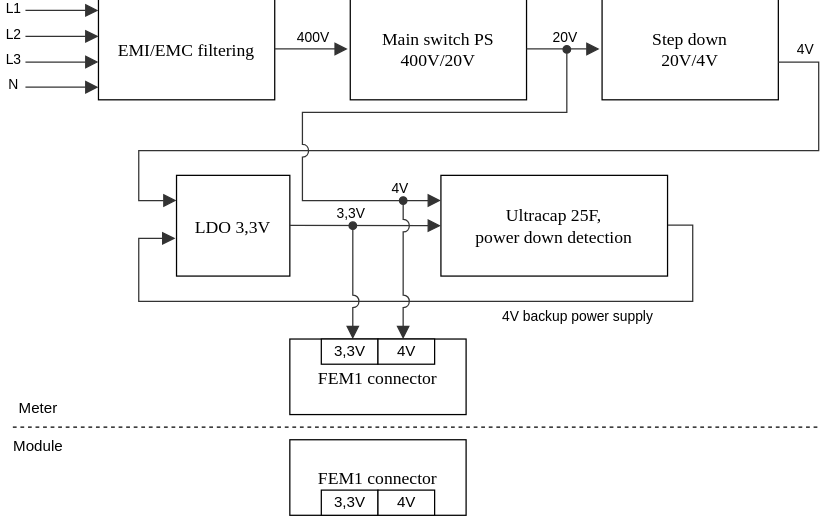
The draw.io diagram Slike/blok_shema napajanje.svg in harka069/mag, before a commit. Source tidied: cells renumbered, new cells last; positions are measured from the earlier drawing's top-left corner, leaving out a move shared by most shapes.
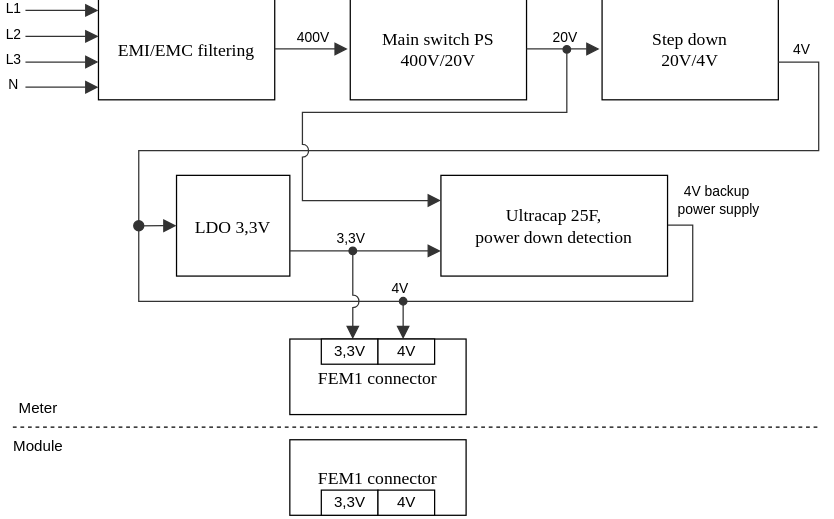
The same diagram one commit later.

The edit, as a diff of the source:
```diff
@@ -80,14 +80,14 @@
     <mxCell id="17" value="LDO 3,3V" style="strokeWidth=1;fontFamily=Latin Modern;fontSize=14;convertToSvg=1;html=1;" parent="1" vertex="1">
       <mxGeometry x="140" y="140" width="90" height="80" as="geometry" />
     </mxCell>
-    <mxCell id="18" style="startArrow=none;endArrow=block;endSize=8;endFill=1;strokeColor=light-dark(#333333,#cccccc);rounded=0;bezier=0;orthogonal=1;exitX=0.596;exitY=0.004;exitDx=0;exitDy=0;exitPerimeter=0;fontFamily=Latin Modern;convertToSvg=1;fontSize=14;html=1;entryX=0;entryY=0.25;entryDx=0;entryDy=0;edgeStyle=orthogonalEdgeStyle;jumpStyle=sharp;" parent="1" edge="1" target="17">
+    <mxCell id="18" style="startArrow=none;endArrow=block;endSize=8;endFill=1;strokeColor=light-dark(#333333,#cccccc);rounded=0;bezier=0;orthogonal=1;exitX=0.596;exitY=0.004;exitDx=0;exitDy=0;exitPerimeter=0;fontFamily=Latin Modern;convertToSvg=1;fontSize=14;html=1;entryX=0;entryY=0.5;entryDx=0;entryDy=0;edgeStyle=orthogonalEdgeStyle;jumpStyle=sharp;" parent="1" edge="1" target="17">
       <mxGeometry relative="1" as="geometry">
         <mxPoint x="618" y="50" as="sourcePoint" />
         <Array as="points">
-          <mxPoint x="650" y="50" />
-          <mxPoint x="650" y="120.4" />
+          <mxPoint x="650.1" y="50" />
+          <mxPoint x="650.1" y="120.4" />
           <mxPoint x="110" y="120.4" />
-          <mxPoint x="110" y="160" />
+          <mxPoint x="110" y="180" />
         </Array>
       </mxGeometry>
     </mxCell>
@@ -109,9 +109,12 @@
         </Array>
       </mxGeometry>
     </mxCell>
-    <mxCell id="22" style="startArrow=none;endArrow=block;endSize=8;endFill=1;strokeColor=light-dark(#333333,#cccccc);rounded=0;bezier=0;orthogonal=1;exitX=0.596;exitY=0.004;exitDx=0;exitDy=0;exitPerimeter=0;fontFamily=Latin Modern;convertToSvg=1;fontSize=14;html=1;entryX=0;entryY=0.5;entryDx=0;entryDy=0;edgeStyle=orthogonalEdgeStyle;jumpStyle=arc;jumpSize=10;" parent="1" edge="1" target="20">
+    <mxCell id="22" style="startArrow=none;endArrow=block;endSize=8;endFill=1;strokeColor=light-dark(#333333,#cccccc);rounded=0;bezier=0;orthogonal=1;exitX=1;exitY=0.75;exitDx=0;exitDy=0;fontFamily=Latin Modern;convertToSvg=1;fontSize=14;html=1;entryX=0;entryY=0.75;entryDx=0;entryDy=0;edgeStyle=orthogonalEdgeStyle;jumpStyle=arc;jumpSize=10;" parent="1" edge="1" source="17" target="20">
       <mxGeometry relative="1" as="geometry">
-        <mxPoint x="230" y="179.8" as="sourcePoint" />
+        <Array as="points">
+          <mxPoint x="290" y="200" />
+          <mxPoint x="290" y="200" />
+        </Array>
       </mxGeometry>
     </mxCell>
     <mxCell id="23" value="3,3V" style="edgeLabel;html=1;align=center;verticalAlign=middle;" parent="22" vertex="1">
@@ -119,39 +122,38 @@
         <mxPoint x="-23" y="-9" as="offset" />
       </mxGeometry>
     </mxCell>
-    <mxCell id="24" style="startArrow=none;endArrow=block;endSize=8;endFill=1;strokeColor=light-dark(#333333,#cccccc);rounded=0;bezier=0;orthogonal=1;exitX=1.002;exitY=0.494;exitDx=0;exitDy=0;exitPerimeter=0;fontFamily=Latin Modern;convertToSvg=1;fontSize=14;html=1;edgeStyle=orthogonalEdgeStyle;entryX=-0.01;entryY=0.614;entryDx=0;entryDy=0;entryPerimeter=0;jumpStyle=arc;" parent="1" edge="1" source="20" target="17">
+    <mxCell id="24" style="startArrow=none;endArrow=oval;endSize=8;endFill=1;strokeColor=light-dark(#333333,#cccccc);rounded=0;bezier=0;orthogonal=1;exitX=1.002;exitY=0.494;exitDx=0;exitDy=0;exitPerimeter=0;fontFamily=Latin Modern;convertToSvg=1;fontSize=14;html=1;edgeStyle=orthogonalEdgeStyle;jumpStyle=arc;startFill=0;" parent="1" edge="1" source="20">
       <mxGeometry relative="1" as="geometry">
+        <mxPoint x="110" y="180" as="targetPoint" />
         <Array as="points">
           <mxPoint x="550" y="179.5" />
           <mxPoint x="550" y="240" />
           <mxPoint x="110" y="240" />
-          <mxPoint x="110" y="190" />
-          <mxPoint x="139.1" y="190" />
         </Array>
       </mxGeometry>
     </mxCell>
-    <mxCell id="25" value="4V backup power supply" style="edgeLabel;html=1;align=center;verticalAlign=middle;" parent="24" vertex="1">
+    <mxCell id="25" value="&lt;div&gt;4V backup&amp;nbsp;&lt;/div&gt;&lt;div&gt;power supply&lt;/div&gt;" style="edgeLabel;html=1;align=center;verticalAlign=middle;" parent="24" vertex="1">
       <mxGeometry x="0.18" y="1" relative="1" as="geometry">
-        <mxPoint x="183" y="11" as="offset" />
+        <mxPoint x="283" y="-81" as="offset" />
       </mxGeometry>
     </mxCell>
     <mxCell id="26" value="FEM1 connector" style="strokeWidth=1;fontFamily=Latin Modern;fontSize=14;convertToSvg=1;html=1;" parent="1" vertex="1">
       <mxGeometry x="230" y="270" width="140" height="60" as="geometry" />
     </mxCell>
     <mxCell id="27" value="4V" style="edgeLabel;html=1;align=center;verticalAlign=middle;" parent="1" vertex="1">
-      <mxGeometry x="350" y="130" as="geometry">
+      <mxGeometry x="350" y="210" as="geometry">
         <mxPoint x="-33" y="20" as="offset" />
       </mxGeometry>
     </mxCell>
     <mxCell id="28" style="startArrow=oval;endArrow=block;endSize=8;endFill=1;strokeColor=light-dark(#333333,#cccccc);rounded=0;bezier=0;orthogonal=1;fontFamily=Latin Modern;convertToSvg=1;fontSize=14;html=1;entryX=0.357;entryY=0;entryDx=0;entryDy=0;entryPerimeter=0;jumpStyle=arc;jumpSize=10;startFill=1;edgeStyle=orthogonalEdgeStyle;" parent="1" edge="1">
       <mxGeometry relative="1" as="geometry">
-        <mxPoint x="320" y="160" as="sourcePoint" />
+        <mxPoint x="320" y="240" as="sourcePoint" />
         <mxPoint x="320" y="270" as="targetPoint" />
       </mxGeometry>
     </mxCell>
     <mxCell id="29" style="startArrow=oval;endArrow=block;endSize=8;endFill=1;strokeColor=light-dark(#333333,#cccccc);rounded=0;bezier=0;orthogonal=1;fontFamily=Latin Modern;convertToSvg=1;fontSize=14;html=1;jumpStyle=arc;jumpSize=10;startFill=1;edgeStyle=orthogonalEdgeStyle;" parent="1" edge="1">
       <mxGeometry relative="1" as="geometry">
-        <mxPoint x="280" y="180" as="sourcePoint" />
+        <mxPoint x="280" y="200" as="sourcePoint" />
         <mxPoint x="280" y="270" as="targetPoint" />
       </mxGeometry>
     </mxCell>
```
